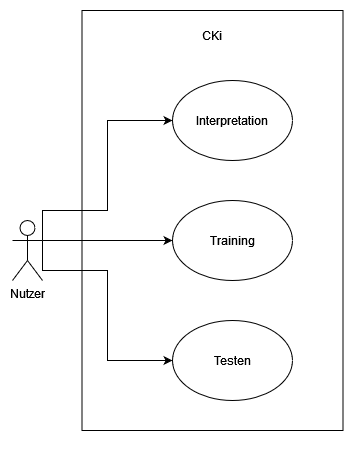
The draw.io diagram Dokumentation/CKi/images/usecase.png in MrS-E/CKi, before a commit. Source tidied: cells renumbered, new cells last; positions are measured from the earlier drawing's top-left corner, leaving out a move shared by most shapes.
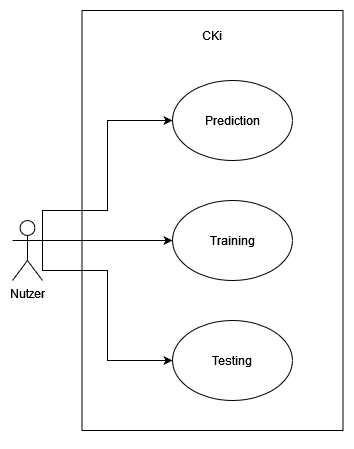
The same file after the commit.

What changed in the source:
```diff
@@ -35,13 +35,13 @@
     <mxCell id="8" style="edgeStyle=orthogonalEdgeStyle;rounded=0;orthogonalLoop=1;jettySize=auto;html=1;exitX=0.5;exitY=1;exitDx=0;exitDy=0;" parent="1" edge="1" source="2" target="2">
       <mxGeometry relative="1" as="geometry" />
     </mxCell>
-    <mxCell id="9" value="Interpretation" style="ellipse;whiteSpace=wrap;html=1;" parent="1" vertex="1">
+    <mxCell id="9" value="Prediction" style="ellipse;whiteSpace=wrap;html=1;" parent="1" vertex="1">
       <mxGeometry x="160" y="70" width="120" height="80" as="geometry" />
     </mxCell>
     <mxCell id="10" value="Training" style="ellipse;whiteSpace=wrap;html=1;" parent="1" vertex="1">
       <mxGeometry x="160" y="190" width="120" height="80" as="geometry" />
     </mxCell>
-    <mxCell id="11" value="&lt;div&gt;Testen&lt;/div&gt;" style="ellipse;whiteSpace=wrap;html=1;" parent="1" vertex="1">
+    <mxCell id="11" value="&lt;div&gt;Testing&lt;/div&gt;" style="ellipse;whiteSpace=wrap;html=1;" parent="1" vertex="1">
       <mxGeometry x="160" y="310" width="120" height="80" as="geometry" />
     </mxCell>
   </root>
```
